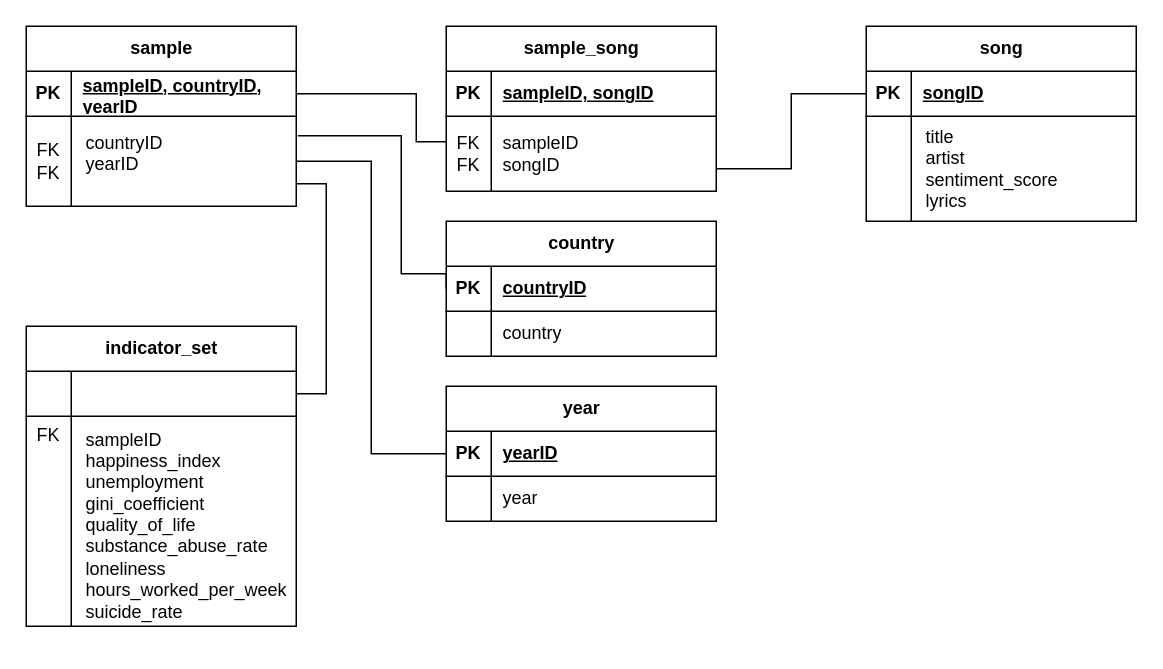
Before: lyrics.drawio in Blake-Dowling/Music-Sentiment-Analysis, a draw.io diagram. Source tidied: cells renumbered, new cells numbered last; positions are measured from the earlier drawing's top-left corner, leaving out a move shared by most shapes. Both pictures are drawn from the tidied source at 150%, with x=0, y=0 at pixel (26, 26).
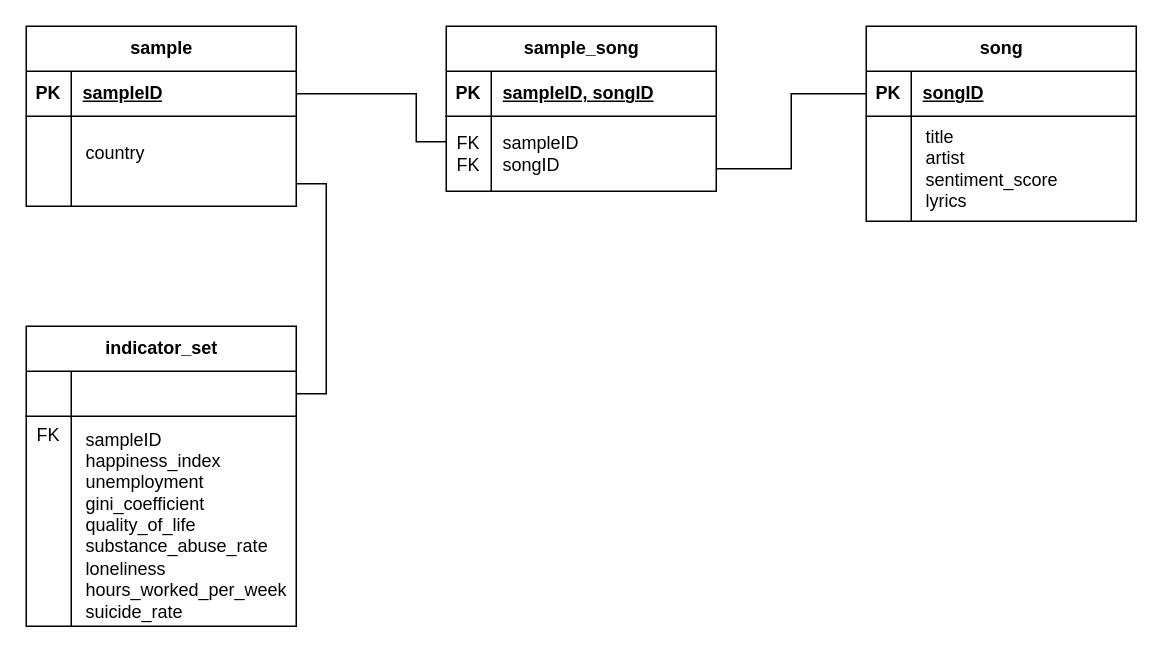
The same page after the edit.

Unchanged cells that the change refers to:
```xml
<mxCell id="31" style="shape=tableRow;horizontal=0;startSize=0;swimlaneHead=0;swimlaneBody=0;fillColor=none;points=[[0,0.5],[1,0.5]];portConstraint=eastwest;top=0;left=0;right=0;bottom=1;" parent="30" vertex="1">
  <mxGeometry y="30" width="180" height="30" as="geometry" />
</mxCell>
<mxCell id="34" style="shape=tableRow;horizontal=0;startSize=0;swimlaneHead=0;swimlaneBody=0;fillColor=none;points=[[0,0.5],[1,0.5]];portConstraint=eastwest;top=0;left=0;right=0;bottom=0;" parent="30" vertex="1">
  <mxGeometry y="60" width="180" height="60" as="geometry" />
</mxCell>
```

The edit, as a diff of the source:
```diff
@@
-    <mxCell id="16" value="year" style="shape=table;startSize=30;childLayout=tableLayout;rowLines=0;fontStyle=1;align=center;html=1;" parent="1" vertex="1">
-      <mxGeometry x="280" y="240" width="180" height="90" as="geometry" />
-    </mxCell>
-    <mxCell id="17" style="shape=tableRow;horizontal=0;startSize=0;swimlaneHead=0;swimlaneBody=0;fillColor=none;points=[[0,0.5],[1,0.5]];portConstraint=eastwest;top=0;left=0;right=0;bottom=1;" parent="16" vertex="1">
-      <mxGeometry y="30" width="180" height="30" as="geometry" />
-    </mxCell>
-    <mxCell id="18" value="PK" style="shape=partialRectangle;fillColor=none;top=0;left=0;bottom=0;right=0;fontStyle=1;overflow=hidden;whiteSpace=wrap;html=1;" parent="17" vertex="1">
-      <mxGeometry width="30" height="30" as="geometry" />
-    </mxCell>
-    <mxCell id="19" value="yearID" style="shape=partialRectangle;fillColor=none;top=0;left=0;bottom=0;right=0;align=left;spacingLeft=6;fontStyle=5;overflow=hidden;whiteSpace=wrap;html=1;" parent="17" vertex="1">
-      <mxGeometry x="30" width="150" height="30" as="geometry" />
-    </mxCell>
-    <mxCell id="20" style="shape=tableRow;horizontal=0;startSize=0;swimlaneHead=0;swimlaneBody=0;fillColor=none;top=0;left=0;right=0;bottom=0;" parent="16" vertex="1">
-      <mxGeometry y="60" width="180" height="30" as="geometry" />
-    </mxCell>
-    <mxCell id="21" style="shape=partialRectangle;fillColor=none;top=0;left=0;bottom=0;right=0;overflow=hidden;whiteSpace=wrap;html=1;" parent="20" vertex="1">
-      <mxGeometry width="30" height="30" as="geometry" />
-    </mxCell>
-    <mxCell id="22" value="year" style="shape=partialRectangle;fillColor=none;top=0;left=0;bottom=0;right=0;align=left;spacingLeft=6;overflow=hidden;whiteSpace=wrap;html=1;" parent="20" vertex="1">
-      <mxGeometry x="30" width="150" height="30" as="geometry" />
-    </mxCell>
-    <mxCell id="23" value="country" style="shape=table;startSize=30;childLayout=tableLayout;rowLines=0;fontStyle=1;align=center;html=1;" parent="1" vertex="1">
-      <mxGeometry x="280" y="130" width="180" height="90" as="geometry" />
-    </mxCell>
-    <mxCell id="24" style="shape=tableRow;horizontal=0;startSize=0;swimlaneHead=0;swimlaneBody=0;fillColor=none;points=[[0,0.5],[1,0.5]];portConstraint=eastwest;top=0;left=0;right=0;bottom=1;" parent="23" vertex="1">
-      <mxGeometry y="30" width="180" height="30" as="geometry" />
-    </mxCell>
-    <mxCell id="25" value="PK" style="shape=partialRectangle;fillColor=none;top=0;left=0;bottom=0;right=0;fontStyle=1;overflow=hidden;whiteSpace=wrap;html=1;" parent="24" vertex="1">
-      <mxGeometry width="30" height="30" as="geometry" />
-    </mxCell>
-    <mxCell id="26" value="countryID" style="shape=partialRectangle;fillColor=none;top=0;left=0;bottom=0;right=0;align=left;spacingLeft=6;fontStyle=5;overflow=hidden;whiteSpace=wrap;html=1;" parent="24" vertex="1">
-      <mxGeometry x="30" width="150" height="30" as="geometry" />
-    </mxCell>
-    <mxCell id="27" style="shape=tableRow;horizontal=0;startSize=0;swimlaneHead=0;swimlaneBody=0;fillColor=none;top=0;left=0;right=0;bottom=0;" parent="23" vertex="1">
-      <mxGeometry y="60" width="180" height="30" as="geometry" />
-    </mxCell>
-    <mxCell id="28" style="shape=partialRectangle;fillColor=none;top=0;left=0;bottom=0;right=0;overflow=hidden;whiteSpace=wrap;html=1;" parent="27" vertex="1">
-      <mxGeometry width="30" height="30" as="geometry" />
-    </mxCell>
-    <mxCell id="29" value="country" style="shape=partialRectangle;fillColor=none;top=0;left=0;bottom=0;right=0;align=left;spacingLeft=6;overflow=hidden;whiteSpace=wrap;html=1;" parent="27" vertex="1">
-      <mxGeometry x="30" width="150" height="30" as="geometry" />
-    </mxCell>
@@
-    <mxCell id="33" value="sampleID, countryID, yearID" style="shape=partialRectangle;fillColor=none;top=0;left=0;bottom=0;right=0;align=left;spacingLeft=6;fontStyle=5;overflow=hidden;whiteSpace=wrap;html=1;" parent="31" vertex="1">
+    <mxCell id="33" value="sampleID" style="shape=partialRectangle;fillColor=none;top=0;left=0;bottom=0;right=0;align=left;spacingLeft=6;fontStyle=5;overflow=hidden;whiteSpace=wrap;html=1;" parent="31" vertex="1">
       <mxGeometry x="30" width="150" height="30" as="geometry" />
     </mxCell>
@@
-    <mxCell id="35" value="FK&lt;div&gt;FK&lt;/div&gt;" style="shape=partialRectangle;fillColor=none;top=0;left=0;bottom=0;right=0;overflow=hidden;whiteSpace=wrap;html=1;" parent="34" vertex="1">
+    <mxCell id="35" style="shape=partialRectangle;fillColor=none;top=0;left=0;bottom=0;right=0;overflow=hidden;whiteSpace=wrap;html=1;" parent="34" vertex="1">
       <mxGeometry width="30" height="60" as="geometry" />
     </mxCell>
-    <mxCell id="36" value="&lt;table style=&quot;font-size: 1em; width: 204.008px;&quot; cellpadding=&quot;2&quot; cellspacing=&quot;0&quot;&gt;&lt;tbody&gt;&lt;tr&gt;&lt;td&gt;&lt;table style=&quot;font-size: 1em; width: 180px;&quot; cellpadding=&quot;2&quot; cellspacing=&quot;0&quot;&gt;&lt;tbody&gt;&lt;tr&gt;&lt;td&gt;&lt;/td&gt;&lt;/tr&gt;&lt;/tbody&gt;&lt;/table&gt;countryID&lt;br&gt;yearID&lt;br&gt;&lt;br&gt;&lt;/td&gt;&lt;/tr&gt;&lt;/tbody&gt;&lt;/table&gt;" style="shape=partialRectangle;fillColor=none;top=0;left=0;bottom=0;right=0;align=left;spacingLeft=6;overflow=hidden;whiteSpace=wrap;html=1;" parent="34" vertex="1">
+    <mxCell id="36" value="&lt;table style=&quot;font-size: 1em; width: 204.008px;&quot; cellpadding=&quot;2&quot; cellspacing=&quot;0&quot;&gt;&lt;tbody&gt;&lt;tr&gt;&lt;td&gt;&lt;table style=&quot;font-size: 1em; width: 180px;&quot; cellpadding=&quot;2&quot; cellspacing=&quot;0&quot;&gt;&lt;tbody&gt;&lt;tr&gt;&lt;td&gt;&lt;/td&gt;&lt;/tr&gt;&lt;/tbody&gt;&lt;/table&gt;country&lt;br&gt;&lt;br&gt;&lt;/td&gt;&lt;/tr&gt;&lt;/tbody&gt;&lt;/table&gt;" style="shape=partialRectangle;fillColor=none;top=0;left=0;bottom=0;right=0;align=left;spacingLeft=6;overflow=hidden;whiteSpace=wrap;html=1;" parent="34" vertex="1">
       <mxGeometry x="30" width="150" height="60" as="geometry" />
     </mxCell>
@@
-    <mxCell id="38" style="endArrow=none;html=1;rounded=0;entryX=1;entryY=0.5;entryDx=0;entryDy=0;exitX=0;exitY=0.5;exitDx=0;exitDy=0;edgeStyle=orthogonalEdgeStyle;" parent="1" edge="1" source="17" target="34">
-      <mxGeometry relative="1" as="geometry" />
-    </mxCell>
-    <mxCell id="39" style="endArrow=none;html=1;rounded=0;entryX=1.006;entryY=0.217;entryDx=0;entryDy=0;entryPerimeter=0;exitX=0;exitY=0.5;exitDx=0;exitDy=0;edgeStyle=orthogonalEdgeStyle;" parent="1" edge="1" source="24" target="34">
-      <mxGeometry relative="1" as="geometry">
-        <Array as="points">
-          <mxPoint x="250" y="165" />
-          <mxPoint x="250" y="73" />
-        </Array>
-      </mxGeometry>
-    </mxCell>
```
